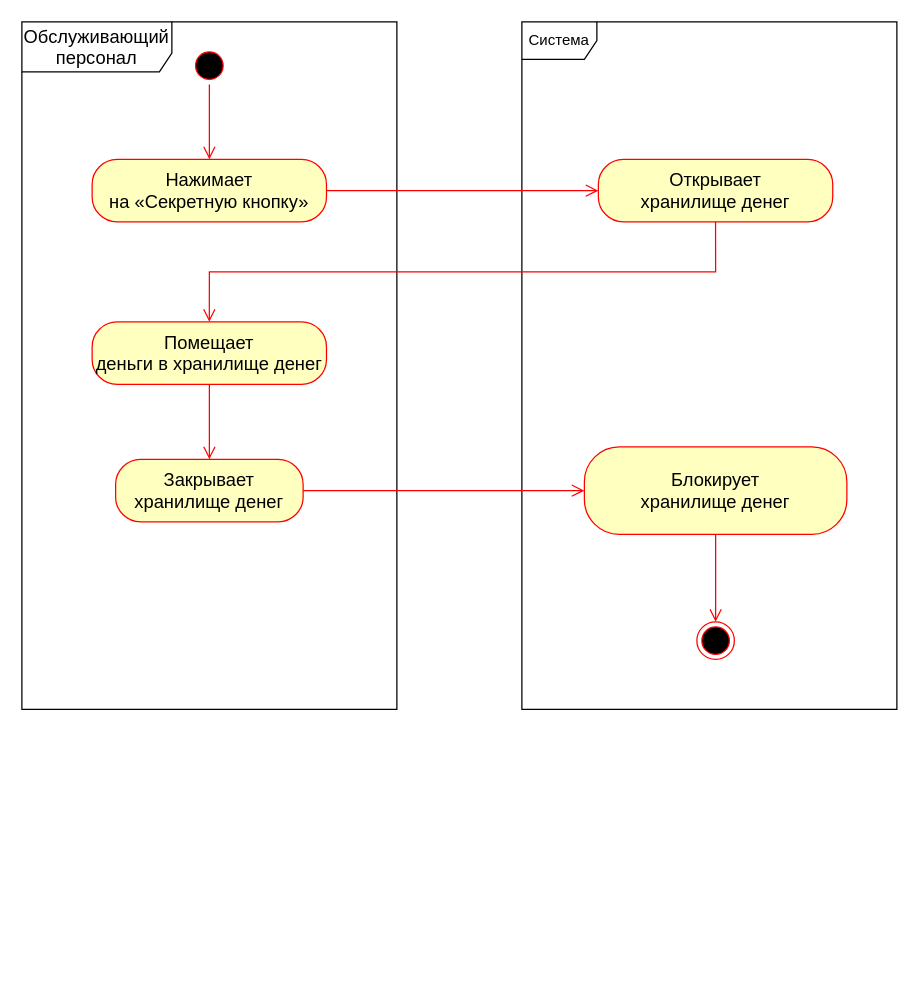
The draw.io diagram page "Загрузить деньги" (4 of 5) of папс/Банкомат/Банкомат Активность.drawio in KvoERR/pnrpu-3rd-year, before the edit. Source tidied: cells renumbered, new cells numbered last; positions are measured from the earlier drawing's top-left corner, leaving out a move shared by most shapes. Both pictures are drawn from the tidied source at 125%, with x=0, y=0 at pixel (21, 21).
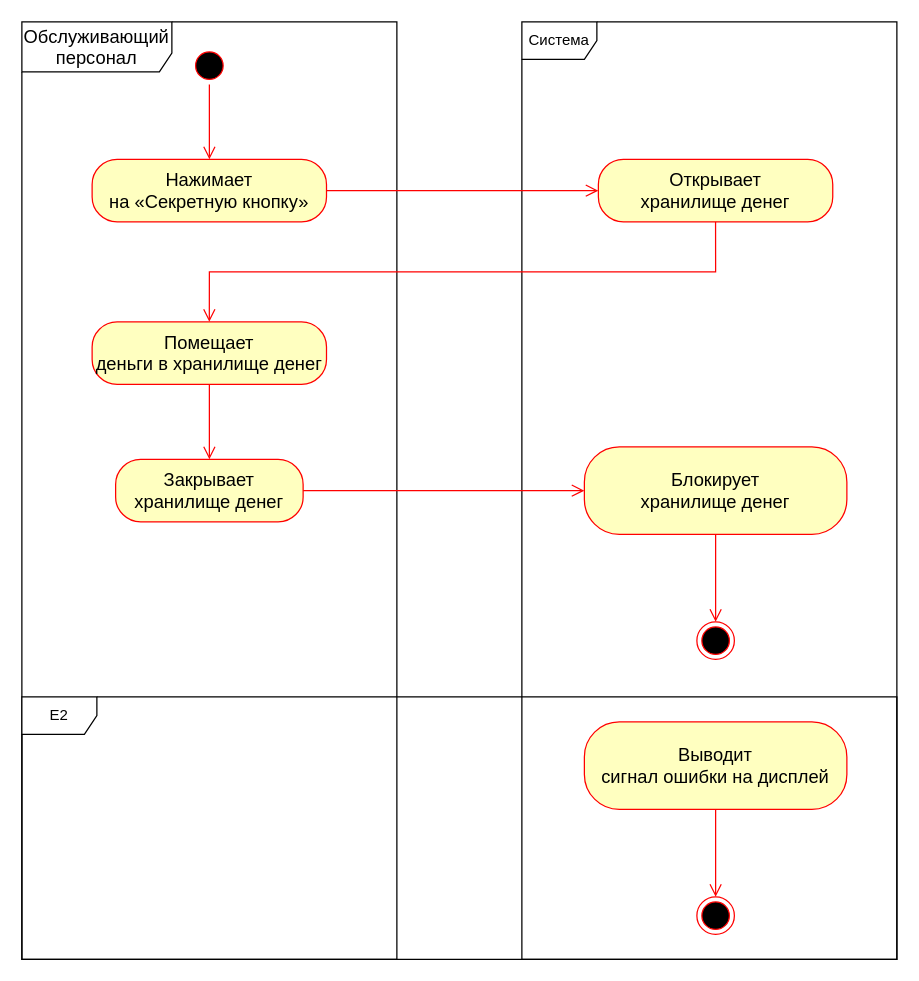
Above is the later version.

What changed in the source:
```diff
@@
     <mxCell id="2" value="&lt;span style=&quot;font-size:11.0pt;line-height:115%;&lt;br/&gt;font-family:&amp;quot;Calibri&amp;quot;,sans-serif;mso-ascii-theme-font:minor-latin;mso-fareast-font-family:&lt;br/&gt;Calibri;mso-fareast-theme-font:minor-latin;mso-hansi-theme-font:minor-latin;&lt;br/&gt;mso-bidi-font-family:&amp;quot;Times New Roman&amp;quot;;mso-bidi-theme-font:minor-bidi;&lt;br/&gt;mso-ansi-language:RU;mso-fareast-language:EN-US;mso-bidi-language:AR-SA&quot;&gt;Обслуживающий&lt;br/&gt;персонал&lt;/span&gt;" style="shape=umlFrame;whiteSpace=wrap;html=1;width=120;height=40;" parent="1" vertex="1">
-      <mxGeometry width="300" height="550" as="geometry" />
+      <mxGeometry width="300" height="750" as="geometry" />
     </mxCell>
@@
     <mxCell id="7" value="Система" style="shape=umlFrame;whiteSpace=wrap;html=1;" parent="1" vertex="1">
-      <mxGeometry x="400" width="300" height="550" as="geometry" />
+      <mxGeometry x="400" width="300" height="750" as="geometry" />
     </mxCell>
@@
+    <mxCell id="17" value="E2" style="shape=umlFrame;whiteSpace=wrap;html=1;" parent="1" vertex="1">
+      <mxGeometry y="540" width="700" height="210" as="geometry" />
+    </mxCell>
+    <mxCell id="18" value="&lt;span style=&quot;font-size:11.0pt;line-height:115%;&lt;br/&gt;font-family:&amp;quot;Calibri&amp;quot;,sans-serif;mso-ascii-theme-font:minor-latin;mso-fareast-font-family:&lt;br/&gt;Calibri;mso-fareast-theme-font:minor-latin;mso-hansi-theme-font:minor-latin;&lt;br/&gt;mso-bidi-font-family:&amp;quot;Times New Roman&amp;quot;;mso-bidi-theme-font:minor-bidi;&lt;br/&gt;mso-ansi-language:RU;mso-fareast-language:EN-US;mso-bidi-language:AR-SA&quot;&gt;Выводит&lt;br/&gt;сигнал ошибки на дисплей&lt;/span&gt;" style="rounded=1;whiteSpace=wrap;html=1;arcSize=40;fontColor=#000000;fillColor=#ffffc0;strokeColor=#ff0000;" parent="1" vertex="1">
+      <mxGeometry x="450" y="560" width="210" height="70" as="geometry" />
+    </mxCell>
+    <mxCell id="19" style="ellipse;html=1;shape=endState;fillColor=#000000;strokeColor=#ff0000;" parent="1" vertex="1">
+      <mxGeometry x="540" y="700" width="30" height="30" as="geometry" />
+    </mxCell>
+    <mxCell id="20" style="edgeStyle=orthogonalEdgeStyle;html=1;verticalAlign=bottom;endArrow=open;endSize=8;strokeColor=#ff0000;rounded=0;entryX=0.5;entryY=0;entryDx=0;entryDy=0;exitX=0.5;exitY=1;exitDx=0;exitDy=0;" parent="1" edge="1" source="18" target="19">
+      <mxGeometry relative="1" as="geometry" />
+    </mxCell>
```
